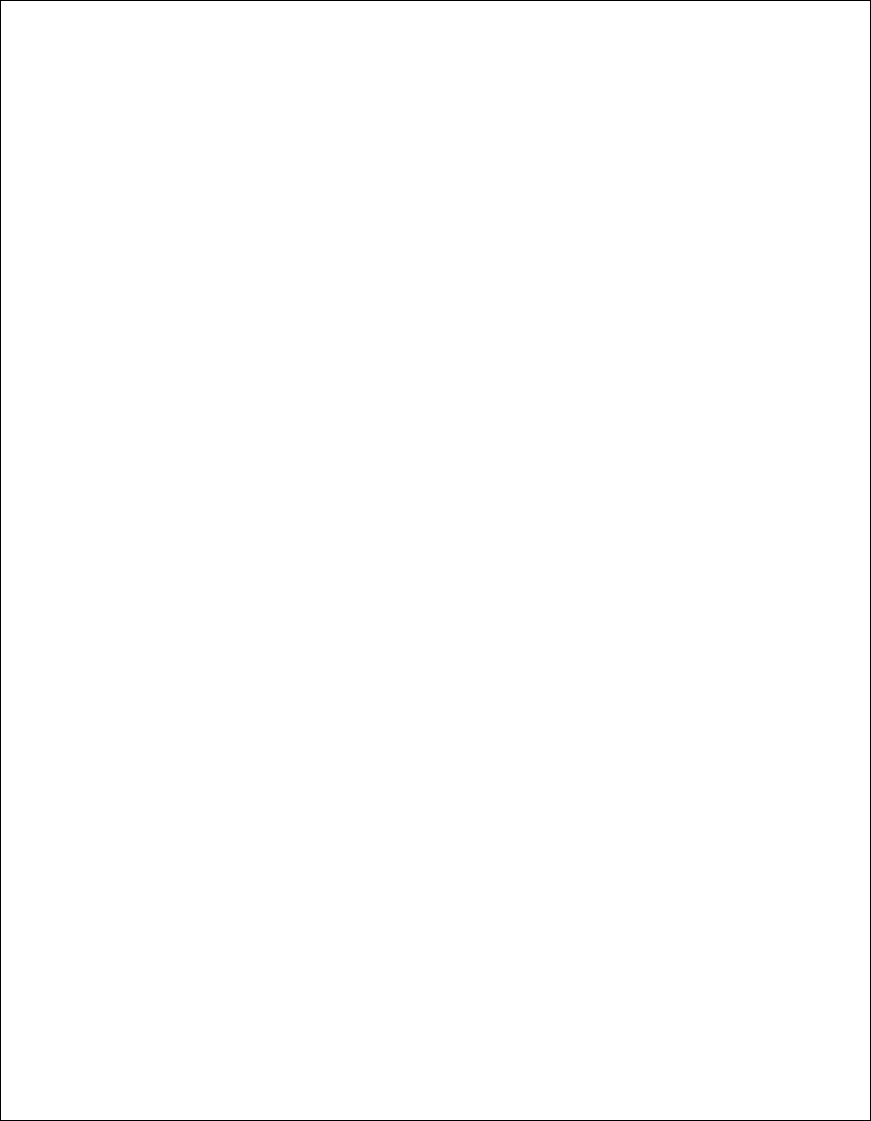
Before: Diagrams/class-user.drawio.png, a diagram exported from draw.io (Jemikemi/Inventory-Sys-SENG-302). Source tidied: cells renumbered, new cells last; positions are measured from the earlier drawing's top-left corner, leaving out a move shared by most shapes.
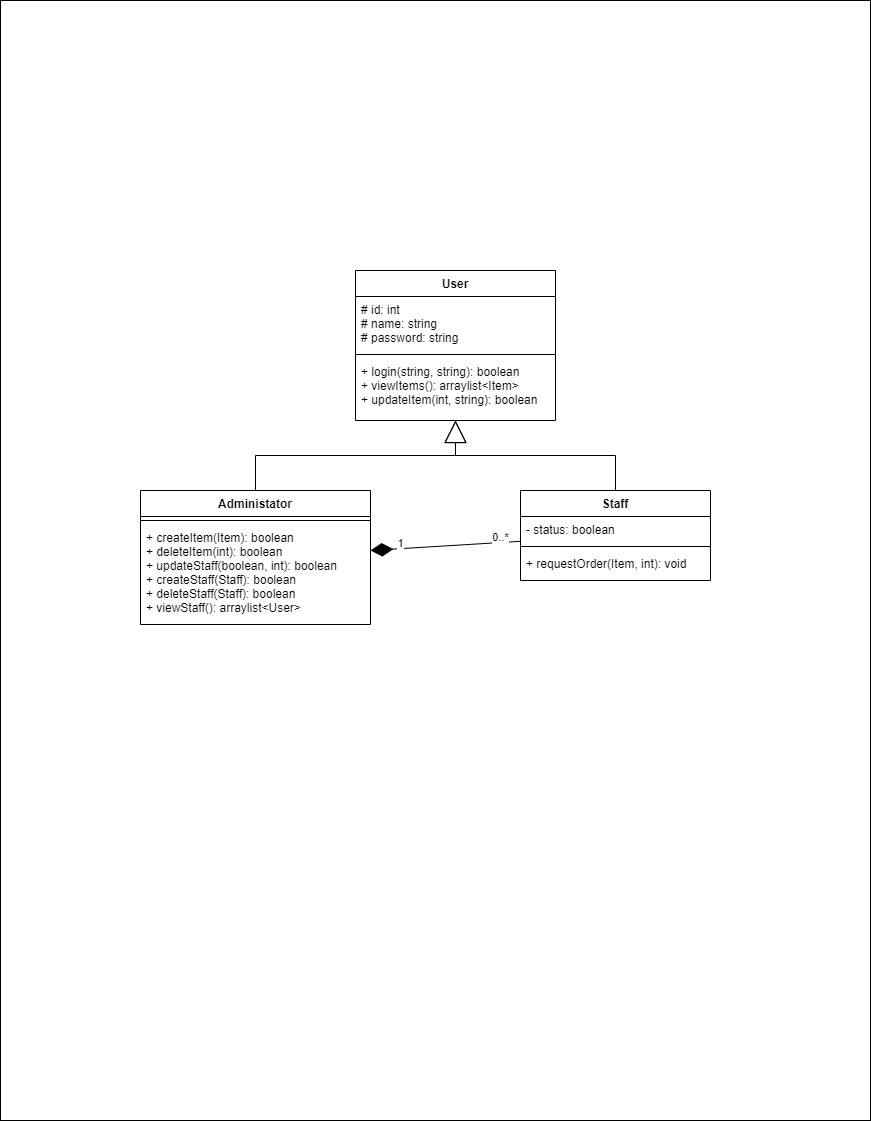
The same diagram one commit later.

Commit message:
User class diagram created

What changed in the source:
```diff
@@ -5,5 +5,57 @@
     <mxCell id="2" style="rounded=0;whiteSpace=wrap;html=1;" parent="1" vertex="1">
       <mxGeometry width="870" height="1120" as="geometry" />
     </mxCell>
+    <mxCell id="3" value="User" style="swimlane;fontStyle=1;align=center;verticalAlign=top;horizontal=1;startSize=26;" parent="1" vertex="1">
+      <mxGeometry x="355" y="270" width="200" height="150" as="geometry" />
+    </mxCell>
+    <mxCell id="4" value="# id: int&#10;# name: string&#10;# password: string" style="text;strokeColor=none;fillColor=none;align=left;verticalAlign=top;spacingLeft=4;spacingRight=4;overflow=hidden;" parent="3" vertex="1">
+      <mxGeometry y="26" width="200" height="54" as="geometry" />
+    </mxCell>
+    <mxCell id="5" style="line;strokeWidth=1;fillColor=none;align=left;verticalAlign=middle;spacingTop=-1;spacingLeft=3;spacingRight=3;labelPosition=right;" parent="3" vertex="1">
+      <mxGeometry y="80" width="200" height="8" as="geometry" />
+    </mxCell>
+    <mxCell id="6" value="+ login(string, string): boolean&#10;+ viewItems(): arraylist&lt;Item&gt;&#10;+ updateItem(int, string): boolean" style="text;strokeColor=none;fillColor=none;align=left;verticalAlign=top;spacingLeft=4;spacingRight=4;overflow=hidden;" parent="3" vertex="1">
+      <mxGeometry y="88" width="200" height="62" as="geometry" />
+    </mxCell>
+    <mxCell id="7" style="edgeStyle=orthogonalEdgeStyle;html=1;rounded=0;endArrow=block;endFill=0;endSize=20;" parent="1" edge="1" source="11" target="3">
+      <mxGeometry relative="1" as="geometry" />
+    </mxCell>
+    <mxCell id="8" style="edgeStyle=none;rounded=0;html=1;startArrow=diamondThin;startFill=1;endArrow=none;endFill=0;startSize=20;endSize=20;" parent="1" edge="1" source="11" target="15">
+      <mxGeometry relative="1" as="geometry" />
+    </mxCell>
+    <mxCell id="9" value="1" style="edgeLabel;html=1;align=center;verticalAlign=middle;" parent="8" vertex="1">
+      <mxGeometry x="-0.61" y="-1" relative="1" as="geometry">
+        <mxPoint y="-7" as="offset" />
+      </mxGeometry>
+    </mxCell>
+    <mxCell id="10" value="0..*" style="edgeLabel;html=1;align=center;verticalAlign=middle;" parent="8" vertex="1">
+      <mxGeometry x="0.83" relative="1" as="geometry">
+        <mxPoint x="-7" y="-5" as="offset" />
+      </mxGeometry>
+    </mxCell>
+    <mxCell id="11" value="Administator" style="swimlane;fontStyle=1;align=center;verticalAlign=top;horizontal=1;startSize=26;" parent="1" vertex="1">
+      <mxGeometry x="140" y="490" width="230" height="134" as="geometry" />
+    </mxCell>
+    <mxCell id="12" style="line;strokeWidth=1;fillColor=none;align=left;verticalAlign=middle;spacingTop=-1;spacingLeft=3;spacingRight=3;labelPosition=right;" parent="11" vertex="1">
+      <mxGeometry y="26" width="230" height="8" as="geometry" />
+    </mxCell>
+    <mxCell id="13" value="+ createItem(Item): boolean&#10;+ deleteItem(int): boolean&#10;+ updateStaff(boolean, int): boolean&#10;+ createStaff(Staff): boolean&#10;+ deleteStaff(Staff): boolean&#10;+ viewStaff(): arraylist&lt;User&gt;" style="text;strokeColor=none;fillColor=none;align=left;verticalAlign=top;spacingLeft=4;spacingRight=4;overflow=hidden;" parent="11" vertex="1">
+      <mxGeometry y="34" width="230" height="100" as="geometry" />
+    </mxCell>
+    <mxCell id="14" style="edgeStyle=orthogonalEdgeStyle;rounded=0;html=1;endArrow=block;endFill=0;endSize=20;" parent="1" edge="1" source="15" target="3">
+      <mxGeometry relative="1" as="geometry" />
+    </mxCell>
+    <mxCell id="15" value="Staff" style="swimlane;fontStyle=1;align=center;verticalAlign=top;horizontal=1;startSize=26;" parent="1" vertex="1">
+      <mxGeometry x="520" y="490" width="190" height="90" as="geometry" />
+    </mxCell>
+    <mxCell id="16" value="- status: boolean" style="text;strokeColor=none;fillColor=none;align=left;verticalAlign=top;spacingLeft=4;spacingRight=4;overflow=hidden;" parent="15" vertex="1">
+      <mxGeometry y="26" width="190" height="26" as="geometry" />
+    </mxCell>
+    <mxCell id="17" style="line;strokeWidth=1;fillColor=none;align=left;verticalAlign=middle;spacingTop=-1;spacingLeft=3;spacingRight=3;labelPosition=right;" parent="15" vertex="1">
+      <mxGeometry y="52" width="190" height="8" as="geometry" />
+    </mxCell>
+    <mxCell id="18" value="+ requestOrder(Item, int): void" style="text;strokeColor=none;fillColor=none;align=left;verticalAlign=top;spacingLeft=4;spacingRight=4;overflow=hidden;" parent="15" vertex="1">
+      <mxGeometry y="60" width="190" height="30" as="geometry" />
+    </mxCell>
   </root>
 </mxGraphModel>
```
